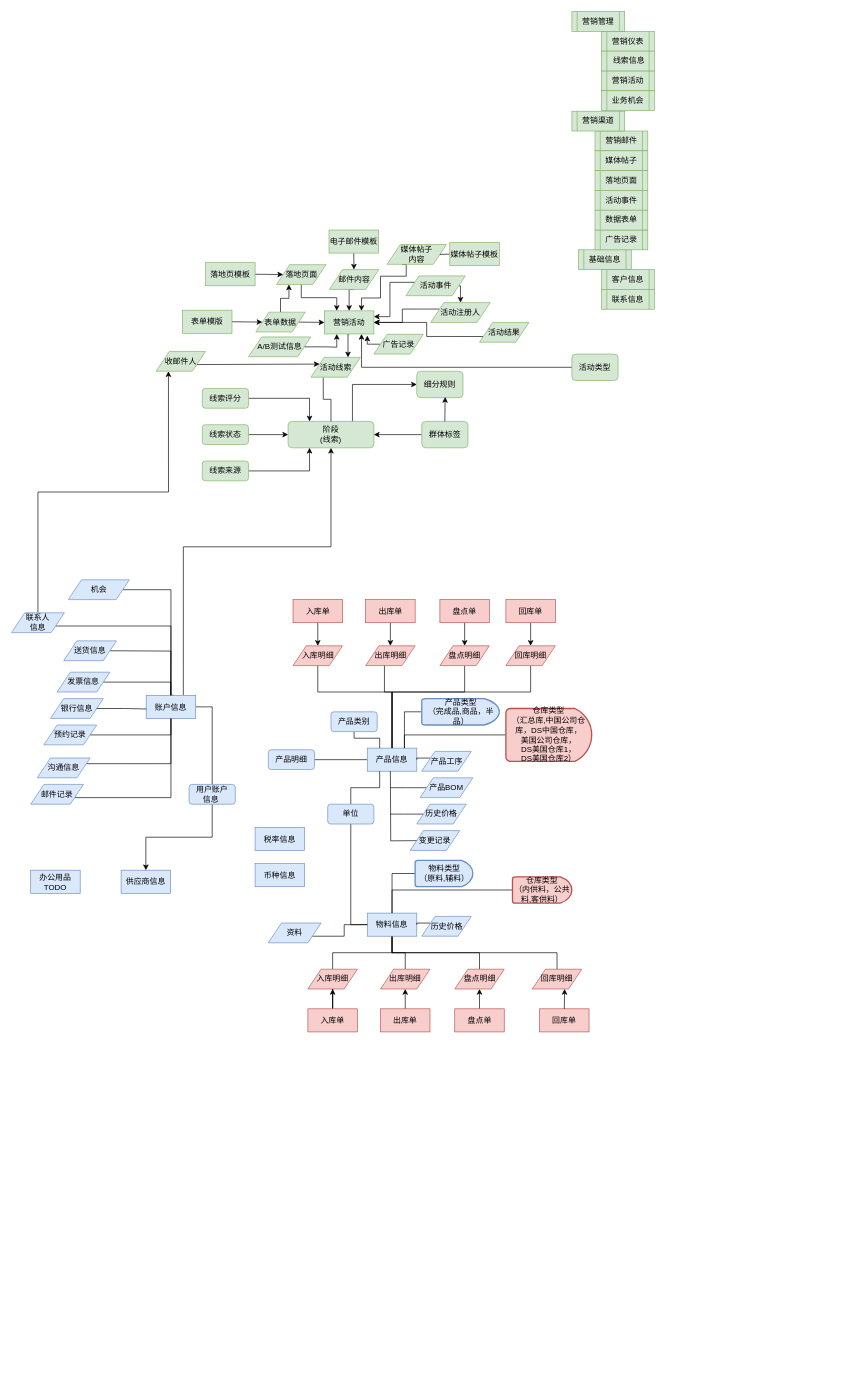
This is page "第 1 页" (1 of 2) of ERDiagram.drawio from sbosleo/sbosmobile, a draw.io file, before an edit. Source tidied: cells renumbered, new cells numbered last; positions are measured from the earlier drawing's top-left corner, leaving out a move shared by most shapes. Both pictures are drawn from the tidied source at 66%, with x=0, y=0 at pixel (11, 11).
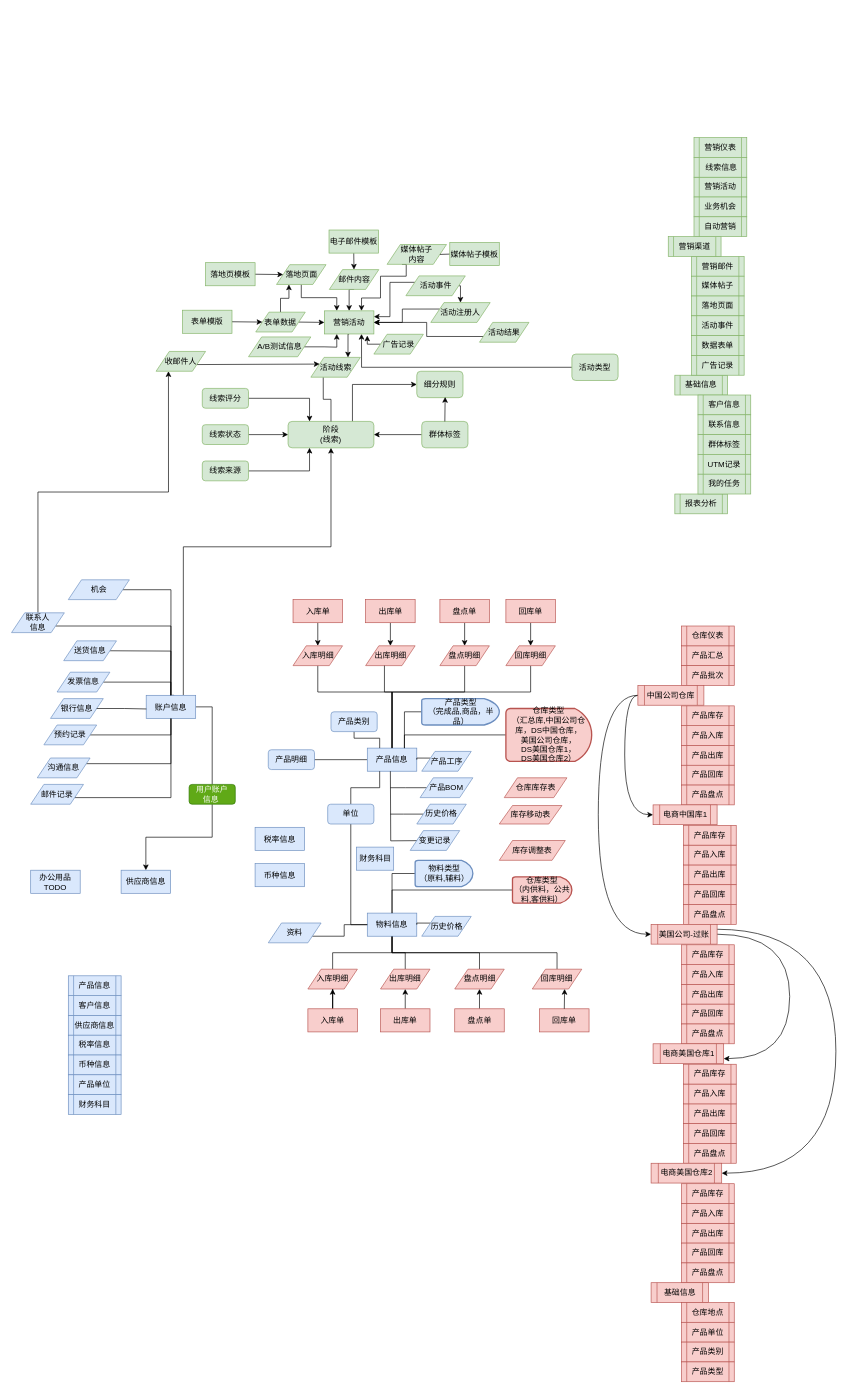
The same diagram, later.

The edit, as a diff of the source:
```diff
@@
-    <mxCell id="29" value="用户账户&lt;div&gt;信息&amp;nbsp;&lt;/div&gt;" style="rounded=1;whiteSpace=wrap;html=1;fillColor=#dae8fc;strokeColor=#6c8ebf;" parent="1" vertex="1">
+    <mxCell id="29" value="用户账户&lt;div&gt;信息&amp;nbsp;&lt;/div&gt;" style="rounded=1;whiteSpace=wrap;html=1;fillColor=#60a917;strokeColor=#2D7600;fontColor=#ffffff;" parent="1" vertex="1">
       <mxGeometry x="269" y="1171" width="70" height="30" as="geometry" />
     </mxCell>
@@
     <mxCell id="140" value="营销活动" style="shape=process;whiteSpace=wrap;html=1;backgroundOutline=1;fillColor=#d5e8d4;strokeColor=#82b366;" parent="1" vertex="1">
-      <mxGeometry x="894" y="90" width="80" height="30" as="geometry" />
+      <mxGeometry x="1034" y="251" width="80" height="30" as="geometry" />
     </mxCell>
     <mxCell id="141" value="营销邮件" style="shape=process;whiteSpace=wrap;html=1;backgroundOutline=1;fillColor=#d5e8d4;strokeColor=#82b366;" parent="1" vertex="1">
-      <mxGeometry x="884" y="181" width="80" height="30" as="geometry" />
+      <mxGeometry x="1030" y="371" width="80" height="30" as="geometry" />
     </mxCell>
     <mxCell id="142" value="媒体帖子" style="shape=process;whiteSpace=wrap;html=1;backgroundOutline=1;fillColor=#d5e8d4;strokeColor=#82b366;" parent="1" vertex="1">
-      <mxGeometry x="884" y="211" width="80" height="30" as="geometry" />
+      <mxGeometry x="1030" y="401" width="80" height="30" as="geometry" />
     </mxCell>
     <mxCell id="143" value="营销仪表" style="shape=process;whiteSpace=wrap;html=1;backgroundOutline=1;fillColor=#d5e8d4;strokeColor=#82b366;" parent="1" vertex="1">
-      <mxGeometry x="894" y="30" width="80" height="30" as="geometry" />
+      <mxGeometry x="1034" y="191" width="80" height="30" as="geometry" />
     </mxCell>
     <mxCell id="144" value="营销渠道" style="shape=process;whiteSpace=wrap;html=1;backgroundOutline=1;fillColor=#d5e8d4;strokeColor=#82b366;" parent="1" vertex="1">
-      <mxGeometry x="849" y="151" width="80" height="30" as="geometry" />
+      <mxGeometry x="995" y="341" width="80" height="30" as="geometry" />
     </mxCell>
     <mxCell id="145" value="基础信息" style="shape=process;whiteSpace=wrap;html=1;backgroundOutline=1;fillColor=#d5e8d4;strokeColor=#82b366;" parent="1" vertex="1">
-      <mxGeometry x="859" y="361" width="80" height="30" as="geometry" />
+      <mxGeometry x="1005" y="551" width="80" height="30" as="geometry" />
     </mxCell>
     <mxCell id="146" value="广告记录" style="shape=process;whiteSpace=wrap;html=1;backgroundOutline=1;fillColor=#d5e8d4;strokeColor=#82b366;" parent="1" vertex="1">
-      <mxGeometry x="884" y="331" width="80" height="30" as="geometry" />
+      <mxGeometry x="1030" y="521" width="80" height="30" as="geometry" />
     </mxCell>
     <mxCell id="147" value="客户信息" style="shape=process;whiteSpace=wrap;html=1;backgroundOutline=1;fillColor=#d5e8d4;strokeColor=#82b366;" parent="1" vertex="1">
-      <mxGeometry x="894" y="391" width="80" height="30" as="geometry" />
+      <mxGeometry x="1040" y="581" width="80" height="30" as="geometry" />
     </mxCell>
     <mxCell id="148" value="联系信息" style="shape=process;whiteSpace=wrap;html=1;backgroundOutline=1;fillColor=#d5e8d4;strokeColor=#82b366;" parent="1" vertex="1">
-      <mxGeometry x="894" y="421" width="80" height="30" as="geometry" />
+      <mxGeometry x="1040" y="611" width="80" height="30" as="geometry" />
     </mxCell>
     <mxCell id="149" value="&amp;nbsp;线索信息" style="shape=process;whiteSpace=wrap;html=1;backgroundOutline=1;fillColor=#d5e8d4;strokeColor=#82b366;" parent="1" vertex="1">
-      <mxGeometry x="894" y="60" width="80" height="30" as="geometry" />
+      <mxGeometry x="1034" y="221" width="80" height="30" as="geometry" />
     </mxCell>
     <mxCell id="150" value="落地页面" style="shape=process;whiteSpace=wrap;html=1;backgroundOutline=1;fillColor=#d5e8d4;strokeColor=#82b366;" parent="1" vertex="1">
-      <mxGeometry x="884" y="241" width="80" height="30" as="geometry" />
+      <mxGeometry x="1030" y="431" width="80" height="30" as="geometry" />
     </mxCell>
     <mxCell id="151" value="活动事件" style="shape=process;whiteSpace=wrap;html=1;backgroundOutline=1;fillColor=#d5e8d4;strokeColor=#82b366;" parent="1" vertex="1">
-      <mxGeometry x="884" y="271" width="80" height="30" as="geometry" />
+      <mxGeometry x="1030" y="461" width="80" height="30" as="geometry" />
     </mxCell>
     <mxCell id="152" value="数据表单" style="shape=process;whiteSpace=wrap;html=1;backgroundOutline=1;fillColor=#d5e8d4;strokeColor=#82b366;" parent="1" vertex="1">
-      <mxGeometry x="884" y="301" width="80" height="30" as="geometry" />
+      <mxGeometry x="1030" y="491" width="80" height="30" as="geometry" />
     </mxCell>
-    <mxCell id="153" value="营销管理" style="shape=process;whiteSpace=wrap;html=1;backgroundOutline=1;fillColor=#d5e8d4;strokeColor=#82b366;" parent="1" vertex="1">
-      <mxGeometry x="849" width="80" height="30" as="geometry" />
-    </mxCell>
     <mxCell id="154" value="业务机会" style="shape=process;whiteSpace=wrap;html=1;backgroundOutline=1;fillColor=#d5e8d4;strokeColor=#82b366;" parent="1" vertex="1">
-      <mxGeometry x="894" y="120" width="80" height="30" as="geometry" />
+      <mxGeometry x="1034" y="281" width="80" height="30" as="geometry" />
     </mxCell>
+    <mxCell id="155" value="群体&lt;span style=&quot;background-color: initial;&quot;&gt;标签&lt;/span&gt;" style="shape=process;whiteSpace=wrap;html=1;backgroundOutline=1;fillColor=#d5e8d4;strokeColor=#82b366;" parent="1" vertex="1">
+      <mxGeometry x="1040" y="641" width="80" height="30" as="geometry" />
+    </mxCell>
+    <mxCell id="156" value="UTM记录" style="shape=process;whiteSpace=wrap;html=1;backgroundOutline=1;fillColor=#d5e8d4;strokeColor=#82b366;" parent="1" vertex="1">
+      <mxGeometry x="1040" y="671" width="80" height="30" as="geometry" />
+    </mxCell>
+    <mxCell id="157" value="自动营销" style="shape=process;whiteSpace=wrap;html=1;backgroundOutline=1;fillColor=#d5e8d4;strokeColor=#82b366;" parent="1" vertex="1">
+      <mxGeometry x="1034" y="311" width="80" height="30" as="geometry" />
+    </mxCell>
+    <mxCell id="158" value="报表分析" style="shape=process;whiteSpace=wrap;html=1;backgroundOutline=1;fillColor=#d5e8d4;strokeColor=#82b366;" parent="1" vertex="1">
+      <mxGeometry x="1005" y="731" width="80" height="30" as="geometry" />
+    </mxCell>
+    <mxCell id="159" value="我的任务" style="shape=process;whiteSpace=wrap;html=1;backgroundOutline=1;fillColor=#d5e8d4;strokeColor=#82b366;" parent="1" vertex="1">
+      <mxGeometry x="1040" y="701" width="80" height="30" as="geometry" />
+    </mxCell>
+    <mxCell id="160" value="产品汇总" style="shape=process;whiteSpace=wrap;html=1;backgroundOutline=1;fillColor=#f8cecc;strokeColor=#b85450;" parent="1" vertex="1">
+      <mxGeometry x="1015" y="961" width="80" height="30" as="geometry" />
+    </mxCell>
+    <mxCell id="161" value="产品批次" style="shape=process;whiteSpace=wrap;html=1;backgroundOutline=1;fillColor=#f8cecc;strokeColor=#b85450;" parent="1" vertex="1">
+      <mxGeometry x="1015" y="991" width="80" height="30" as="geometry" />
+    </mxCell>
+    <mxCell id="162" value="仓库仪表" style="shape=process;whiteSpace=wrap;html=1;backgroundOutline=1;fillColor=#f8cecc;strokeColor=#b85450;" parent="1" vertex="1">
+      <mxGeometry x="1015" y="931" width="80" height="30" as="geometry" />
+    </mxCell>
+    <mxCell id="163" style="edgeStyle=orthogonalEdgeStyle;curved=1;rounded=0;jettySize=auto;html=1;exitX=0;exitY=0.5;exitDx=0;exitDy=0;entryX=0;entryY=0.5;entryDx=0;entryDy=0;" parent="1" edge="1" source="165" target="179">
+      <mxGeometry relative="1" as="geometry">
+        <Array as="points">
+          <mxPoint x="889" y="1036" />
+          <mxPoint x="889" y="1398" />
+        </Array>
+      </mxGeometry>
+    </mxCell>
+    <mxCell id="164" style="edgeStyle=orthogonalEdgeStyle;curved=1;rounded=0;jettySize=auto;html=1;exitX=0;exitY=0.5;exitDx=0;exitDy=0;entryX=0;entryY=0.5;entryDx=0;entryDy=0;" parent="1" edge="1" source="165" target="171">
+      <mxGeometry relative="1" as="geometry" />
+    </mxCell>
+    <mxCell id="165" value="中国公司仓库" style="shape=process;whiteSpace=wrap;html=1;backgroundOutline=1;fillColor=#f8cecc;strokeColor=#b85450;" parent="1" vertex="1">
+      <mxGeometry x="949" y="1021" width="100" height="30" as="geometry" />
+    </mxCell>
+    <mxCell id="166" value="产品出库" style="shape=process;whiteSpace=wrap;html=1;backgroundOutline=1;fillColor=#f8cecc;strokeColor=#b85450;" parent="1" vertex="1">
+      <mxGeometry x="1015" y="1112" width="80" height="30" as="geometry" />
+    </mxCell>
+    <mxCell id="167" value="产品回库" style="shape=process;whiteSpace=wrap;html=1;backgroundOutline=1;fillColor=#f8cecc;strokeColor=#b85450;" parent="1" vertex="1">
+      <mxGeometry x="1015" y="1142" width="80" height="30" as="geometry" />
+    </mxCell>
+    <mxCell id="168" value="产品入库" style="shape=process;whiteSpace=wrap;html=1;backgroundOutline=1;fillColor=#f8cecc;strokeColor=#b85450;" parent="1" vertex="1">
+      <mxGeometry x="1015" y="1082" width="80" height="30" as="geometry" />
+    </mxCell>
+    <mxCell id="169" value="产品盘点" style="shape=process;whiteSpace=wrap;html=1;backgroundOutline=1;fillColor=#f8cecc;strokeColor=#b85450;" parent="1" vertex="1">
+      <mxGeometry x="1015" y="1172" width="80" height="30" as="geometry" />
+    </mxCell>
+    <mxCell id="170" value="产品库存" style="shape=process;whiteSpace=wrap;html=1;backgroundOutline=1;fillColor=#f8cecc;strokeColor=#b85450;" parent="1" vertex="1">
+      <mxGeometry x="1015" y="1052" width="80" height="30" as="geometry" />
+    </mxCell>
+    <mxCell id="171" value="电商中国库1" style="shape=process;whiteSpace=wrap;html=1;backgroundOutline=1;fillColor=#f8cecc;strokeColor=#b85450;" parent="1" vertex="1">
+      <mxGeometry x="972" y="1202" width="97" height="30" as="geometry" />
+    </mxCell>
+    <mxCell id="172" value="产品出库" style="shape=process;whiteSpace=wrap;html=1;backgroundOutline=1;fillColor=#f8cecc;strokeColor=#b85450;" parent="1" vertex="1">
+      <mxGeometry x="1018" y="1293" width="80" height="30" as="geometry" />
+    </mxCell>
+    <mxCell id="173" value="产品回库" style="shape=process;whiteSpace=wrap;html=1;backgroundOutline=1;fillColor=#f8cecc;strokeColor=#b85450;" parent="1" vertex="1">
+      <mxGeometry x="1018" y="1323" width="80" height="30" as="geometry" />
+    </mxCell>
+    <mxCell id="174" value="产品入库" style="shape=process;whiteSpace=wrap;html=1;backgroundOutline=1;fillColor=#f8cecc;strokeColor=#b85450;" parent="1" vertex="1">
+      <mxGeometry x="1018" y="1263" width="80" height="30" as="geometry" />
+    </mxCell>
+    <mxCell id="175" value="产品盘点" style="shape=process;whiteSpace=wrap;html=1;backgroundOutline=1;fillColor=#f8cecc;strokeColor=#b85450;" parent="1" vertex="1">
+      <mxGeometry x="1018" y="1353" width="80" height="30" as="geometry" />
+    </mxCell>
+    <mxCell id="176" value="产品库存" style="shape=process;whiteSpace=wrap;html=1;backgroundOutline=1;fillColor=#f8cecc;strokeColor=#b85450;" parent="1" vertex="1">
+      <mxGeometry x="1018" y="1233" width="80" height="30" as="geometry" />
+    </mxCell>
+    <mxCell id="177" style="edgeStyle=orthogonalEdgeStyle;curved=1;rounded=0;jettySize=auto;html=1;exitX=1;exitY=0.5;exitDx=0;exitDy=0;entryX=1;entryY=0.75;entryDx=0;entryDy=0;" parent="1" edge="1" source="179" target="185">
+      <mxGeometry relative="1" as="geometry">
+        <Array as="points">
+          <mxPoint x="1179" y="1398" />
+          <mxPoint x="1179" y="1587" />
+        </Array>
+      </mxGeometry>
+    </mxCell>
+    <mxCell id="178" style="edgeStyle=orthogonalEdgeStyle;curved=1;rounded=0;jettySize=auto;html=1;exitX=1;exitY=0.25;exitDx=0;exitDy=0;entryX=1;entryY=0.5;entryDx=0;entryDy=0;" parent="1" edge="1" source="179" target="191">
+      <mxGeometry relative="1" as="geometry">
+        <Array as="points">
+          <mxPoint x="1249" y="1391" />
+          <mxPoint x="1249" y="1760" />
+        </Array>
+      </mxGeometry>
+    </mxCell>
+    <mxCell id="179" value="美国公司-过账" style="shape=process;whiteSpace=wrap;html=1;backgroundOutline=1;fillColor=#f8cecc;strokeColor=#b85450;" parent="1" vertex="1">
+      <mxGeometry x="969" y="1383" width="100" height="30" as="geometry" />
+    </mxCell>
+    <mxCell id="180" value="产品出库" style="shape=process;whiteSpace=wrap;html=1;backgroundOutline=1;fillColor=#f8cecc;strokeColor=#b85450;" parent="1" vertex="1">
+      <mxGeometry x="1015" y="1474" width="80" height="30" as="geometry" />
+    </mxCell>
+    <mxCell id="181" value="产品回库" style="shape=process;whiteSpace=wrap;html=1;backgroundOutline=1;fillColor=#f8cecc;strokeColor=#b85450;" parent="1" vertex="1">
+      <mxGeometry x="1015" y="1504" width="80" height="30" as="geometry" />
+    </mxCell>
+    <mxCell id="182" value="产品入库" style="shape=process;whiteSpace=wrap;html=1;backgroundOutline=1;fillColor=#f8cecc;strokeColor=#b85450;" parent="1" vertex="1">
+      <mxGeometry x="1015" y="1444" width="80" height="30" as="geometry" />
+    </mxCell>
+    <mxCell id="183" value="产品盘点" style="shape=process;whiteSpace=wrap;html=1;backgroundOutline=1;fillColor=#f8cecc;strokeColor=#b85450;" parent="1" vertex="1">
+      <mxGeometry x="1015" y="1534" width="80" height="30" as="geometry" />
+    </mxCell>
+    <mxCell id="184" value="产品库存" style="shape=process;whiteSpace=wrap;html=1;backgroundOutline=1;fillColor=#f8cecc;strokeColor=#b85450;" parent="1" vertex="1">
+      <mxGeometry x="1015" y="1414" width="80" height="30" as="geometry" />
+    </mxCell>
+    <mxCell id="185" value="电商美国仓库1" style="shape=process;whiteSpace=wrap;html=1;backgroundOutline=1;fillColor=#f8cecc;strokeColor=#b85450;" parent="1" vertex="1">
+      <mxGeometry x="972" y="1564" width="107" height="30" as="geometry" />
+    </mxCell>
+    <mxCell id="186" value="产品出库" style="shape=process;whiteSpace=wrap;html=1;backgroundOutline=1;fillColor=#f8cecc;strokeColor=#b85450;" parent="1" vertex="1">
+      <mxGeometry x="1018" y="1655" width="80" height="30" as="geometry" />
+    </mxCell>
+    <mxCell id="187" value="产品回库" style="shape=process;whiteSpace=wrap;html=1;backgroundOutline=1;fillColor=#f8cecc;strokeColor=#b85450;" parent="1" vertex="1">
+      <mxGeometry x="1018" y="1685" width="80" height="30" as="geometry" />
+    </mxCell>
+    <mxCell id="188" value="产品入库" style="shape=process;whiteSpace=wrap;html=1;backgroundOutline=1;fillColor=#f8cecc;strokeColor=#b85450;" parent="1" vertex="1">
+      <mxGeometry x="1018" y="1625" width="80" height="30" as="geometry" />
+    </mxCell>
+    <mxCell id="189" value="产品盘点" style="shape=process;whiteSpace=wrap;html=1;backgroundOutline=1;fillColor=#f8cecc;strokeColor=#b85450;" parent="1" vertex="1">
+      <mxGeometry x="1018" y="1715" width="80" height="30" as="geometry" />
+    </mxCell>
+    <mxCell id="190" value="产品库存" style="shape=process;whiteSpace=wrap;html=1;backgroundOutline=1;fillColor=#f8cecc;strokeColor=#b85450;" parent="1" vertex="1">
+      <mxGeometry x="1018" y="1595" width="80" height="30" as="geometry" />
+    </mxCell>
+    <mxCell id="191" value="电商美国仓库2" style="shape=process;whiteSpace=wrap;html=1;backgroundOutline=1;fillColor=#f8cecc;strokeColor=#b85450;" parent="1" vertex="1">
+      <mxGeometry x="969" y="1745" width="107" height="30" as="geometry" />
+    </mxCell>
+    <mxCell id="192" value="产品出库" style="shape=process;whiteSpace=wrap;html=1;backgroundOutline=1;fillColor=#f8cecc;strokeColor=#b85450;" parent="1" vertex="1">
+      <mxGeometry x="1015" y="1836" width="80" height="30" as="geometry" />
+    </mxCell>
+    <mxCell id="193" value="产品回库" style="shape=process;whiteSpace=wrap;html=1;backgroundOutline=1;fillColor=#f8cecc;strokeColor=#b85450;" parent="1" vertex="1">
+      <mxGeometry x="1015" y="1866" width="80" height="30" as="geometry" />
+    </mxCell>
+    <mxCell id="194" value="产品入库" style="shape=process;whiteSpace=wrap;html=1;backgroundOutline=1;fillColor=#f8cecc;strokeColor=#b85450;" parent="1" vertex="1">
+      <mxGeometry x="1015" y="1806" width="80" height="30" as="geometry" />
+    </mxCell>
+    <mxCell id="195" value="产品盘点" style="shape=process;whiteSpace=wrap;html=1;backgroundOutline=1;fillColor=#f8cecc;strokeColor=#b85450;" parent="1" vertex="1">
+      <mxGeometry x="1015" y="1896" width="80" height="30" as="geometry" />
+    </mxCell>
+    <mxCell id="196" value="产品库存" style="shape=process;whiteSpace=wrap;html=1;backgroundOutline=1;fillColor=#f8cecc;strokeColor=#b85450;" parent="1" vertex="1">
+      <mxGeometry x="1015" y="1776" width="80" height="30" as="geometry" />
+    </mxCell>
+    <mxCell id="197" value="基础信息" style="shape=process;whiteSpace=wrap;html=1;backgroundOutline=1;fillColor=#f8cecc;strokeColor=#b85450;" parent="1" vertex="1">
+      <mxGeometry x="969" y="1926" width="87" height="30" as="geometry" />
+    </mxCell>
+    <mxCell id="198" value="仓库地点" style="shape=process;whiteSpace=wrap;html=1;backgroundOutline=1;fillColor=#f8cecc;strokeColor=#b85450;" parent="1" vertex="1">
+      <mxGeometry x="1015" y="1956" width="80" height="30" as="geometry" />
+    </mxCell>
+    <mxCell id="199" value="产品单位" style="shape=process;whiteSpace=wrap;html=1;backgroundOutline=1;fillColor=#f8cecc;strokeColor=#b85450;" parent="1" vertex="1">
+      <mxGeometry x="1015" y="1986" width="80" height="30" as="geometry" />
+    </mxCell>
+    <mxCell id="200" value="产品类别" style="shape=process;whiteSpace=wrap;html=1;backgroundOutline=1;fillColor=#f8cecc;strokeColor=#b85450;" parent="1" vertex="1">
+      <mxGeometry x="1015" y="2016" width="80" height="30" as="geometry" />
+    </mxCell>
+    <mxCell id="201" value="产品类型" style="shape=process;whiteSpace=wrap;html=1;backgroundOutline=1;fillColor=#f8cecc;strokeColor=#b85450;" parent="1" vertex="1">
+      <mxGeometry x="1015" y="2046" width="80" height="30" as="geometry" />
+    </mxCell>
+    <mxCell id="202" value="财务科目" style="rounded=0;whiteSpace=wrap;html=1;fillColor=#dae8fc;strokeColor=#6c8ebf;" parent="1" vertex="1">
+      <mxGeometry x="522.5" y="1266" width="56.5" height="35" as="geometry" />
+    </mxCell>
+    <mxCell id="203" value="仓库库存表" style="shape=parallelogram;perimeter=parallelogramPerimeter;whiteSpace=wrap;html=1;fixedSize=1;fillColor=#f8cecc;strokeColor=#b85450;" parent="1" vertex="1">
+      <mxGeometry x="746.5" y="1161" width="95" height="30" as="geometry" />
+    </mxCell>
+    <mxCell id="204" value="库存移动表" style="shape=parallelogram;perimeter=parallelogramPerimeter;whiteSpace=wrap;html=1;fixedSize=1;fillColor=#f8cecc;strokeColor=#b85450;" parent="1" vertex="1">
+      <mxGeometry x="739" y="1203" width="95" height="28" as="geometry" />
+    </mxCell>
+    <mxCell id="205" value="库存调整表" style="shape=parallelogram;perimeter=parallelogramPerimeter;whiteSpace=wrap;html=1;fixedSize=1;fillColor=#f8cecc;strokeColor=#b85450;" parent="1" vertex="1">
+      <mxGeometry x="739" y="1256" width="100" height="30" as="geometry" />
+    </mxCell>
+    <mxCell id="206" value="供应商信息" style="shape=process;whiteSpace=wrap;html=1;backgroundOutline=1;fillColor=#dae8fc;strokeColor=#6c8ebf;" parent="1" vertex="1">
+      <mxGeometry x="86" y="1521" width="80" height="30" as="geometry" />
+    </mxCell>
+    <mxCell id="207" value="税率信息" style="shape=process;whiteSpace=wrap;html=1;backgroundOutline=1;fillColor=#dae8fc;strokeColor=#6c8ebf;" parent="1" vertex="1">
+      <mxGeometry x="86" y="1551" width="80" height="30" as="geometry" />
+    </mxCell>
+    <mxCell id="208" value="客户信息" style="shape=process;whiteSpace=wrap;html=1;backgroundOutline=1;fillColor=#dae8fc;strokeColor=#6c8ebf;" parent="1" vertex="1">
+      <mxGeometry x="86" y="1491" width="80" height="30" as="geometry" />
+    </mxCell>
+    <mxCell id="209" value="币种信息" style="shape=process;whiteSpace=wrap;html=1;backgroundOutline=1;fillColor=#dae8fc;strokeColor=#6c8ebf;" parent="1" vertex="1">
+      <mxGeometry x="86" y="1581" width="80" height="30" as="geometry" />
+    </mxCell>
+    <mxCell id="210" value="产品信息" style="shape=process;whiteSpace=wrap;html=1;backgroundOutline=1;fillColor=#dae8fc;strokeColor=#6c8ebf;" parent="1" vertex="1">
+      <mxGeometry x="86" y="1461" width="80" height="30" as="geometry" />
+    </mxCell>
+    <mxCell id="211" value="产品单位" style="shape=process;whiteSpace=wrap;html=1;backgroundOutline=1;fillColor=#dae8fc;strokeColor=#6c8ebf;" parent="1" vertex="1">
+      <mxGeometry x="86" y="1611" width="80" height="30" as="geometry" />
+    </mxCell>
+    <mxCell id="212" value="财务科目" style="shape=process;whiteSpace=wrap;html=1;backgroundOutline=1;fillColor=#dae8fc;strokeColor=#6c8ebf;" parent="1" vertex="1">
+      <mxGeometry x="86" y="1641" width="80" height="30" as="geometry" />
+    </mxCell>
```
